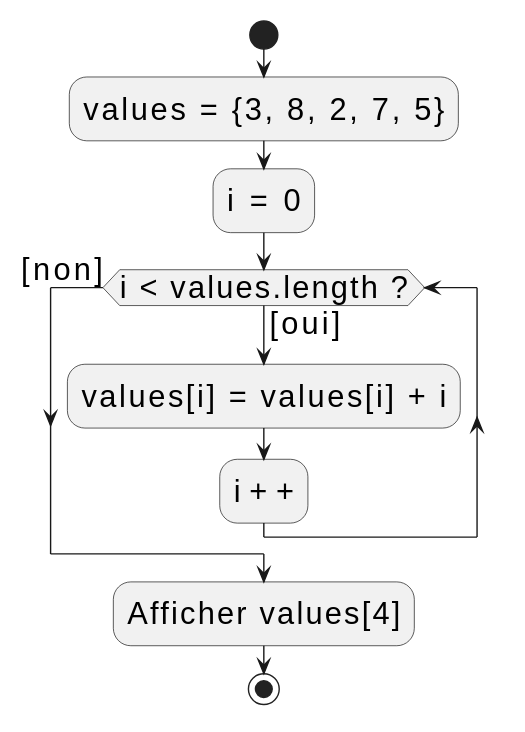
Before: materiel/08-tableaux-et-lancement-du-mini-projet/diagrammes/a12.svg, a diagram exported from PlantUML (heig-vd-progim-course/heig-vd-progim1-course). Source of this version:
```plantuml
@startuml
skinparam backgroundColor transparent
skinparam defaultFontName sans-serif
skinparam defaultFontSize 22
!pragma useVerticalIf on

start
:values = {3, 8, 2, 7, 5};
:i = 0;
while (i < values.length ?) is ([oui])
  :values[i] = values[i] + i;
  :i++;
endwhile ([non])
:Afficher values[4];
stop
@enduml
```
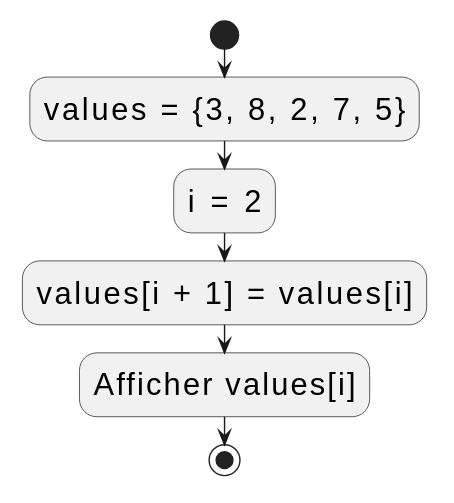
Above is the later version.

What changed in the source:
```diff
@@ -6,11 +6,8 @@
 
 start
 :values = {3, 8, 2, 7, 5};
-:i = 0;
-while (i < values.length ?) is ([oui])
-  :values[i] = values[i] + i;
-  :i++;
-endwhile ([non])
-:Afficher values[4];
+:i = 2;
+:values[i + 1] = values[i];
+:Afficher values[i];
 stop
 @enduml
```
